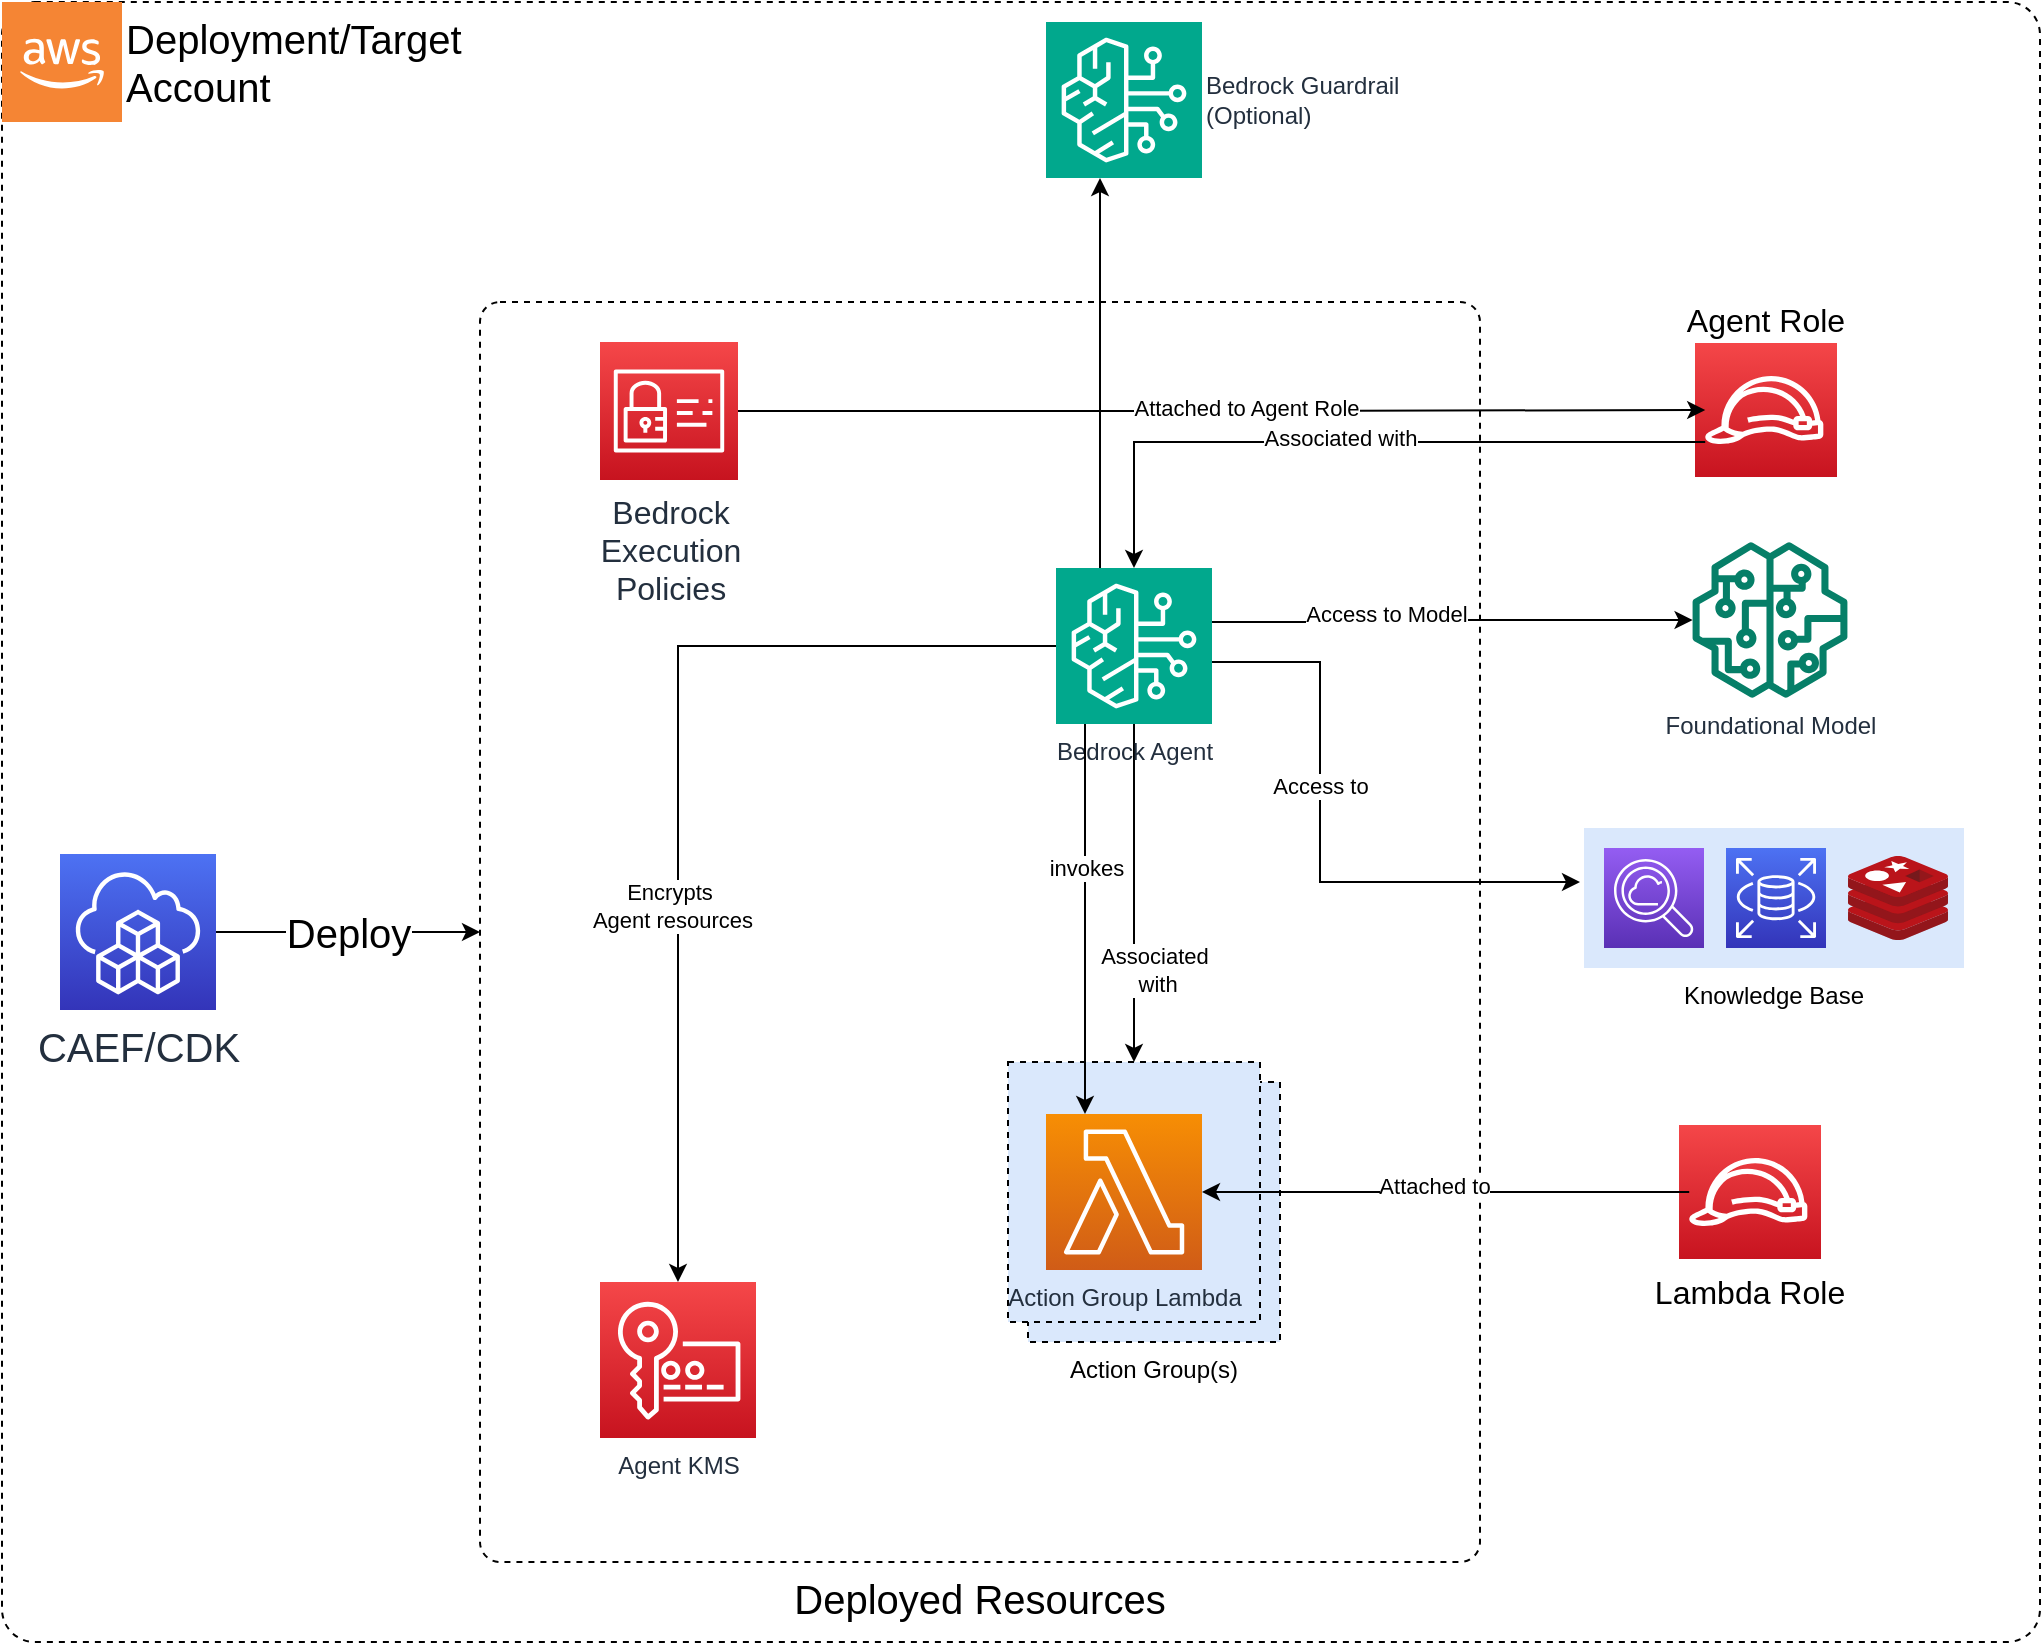
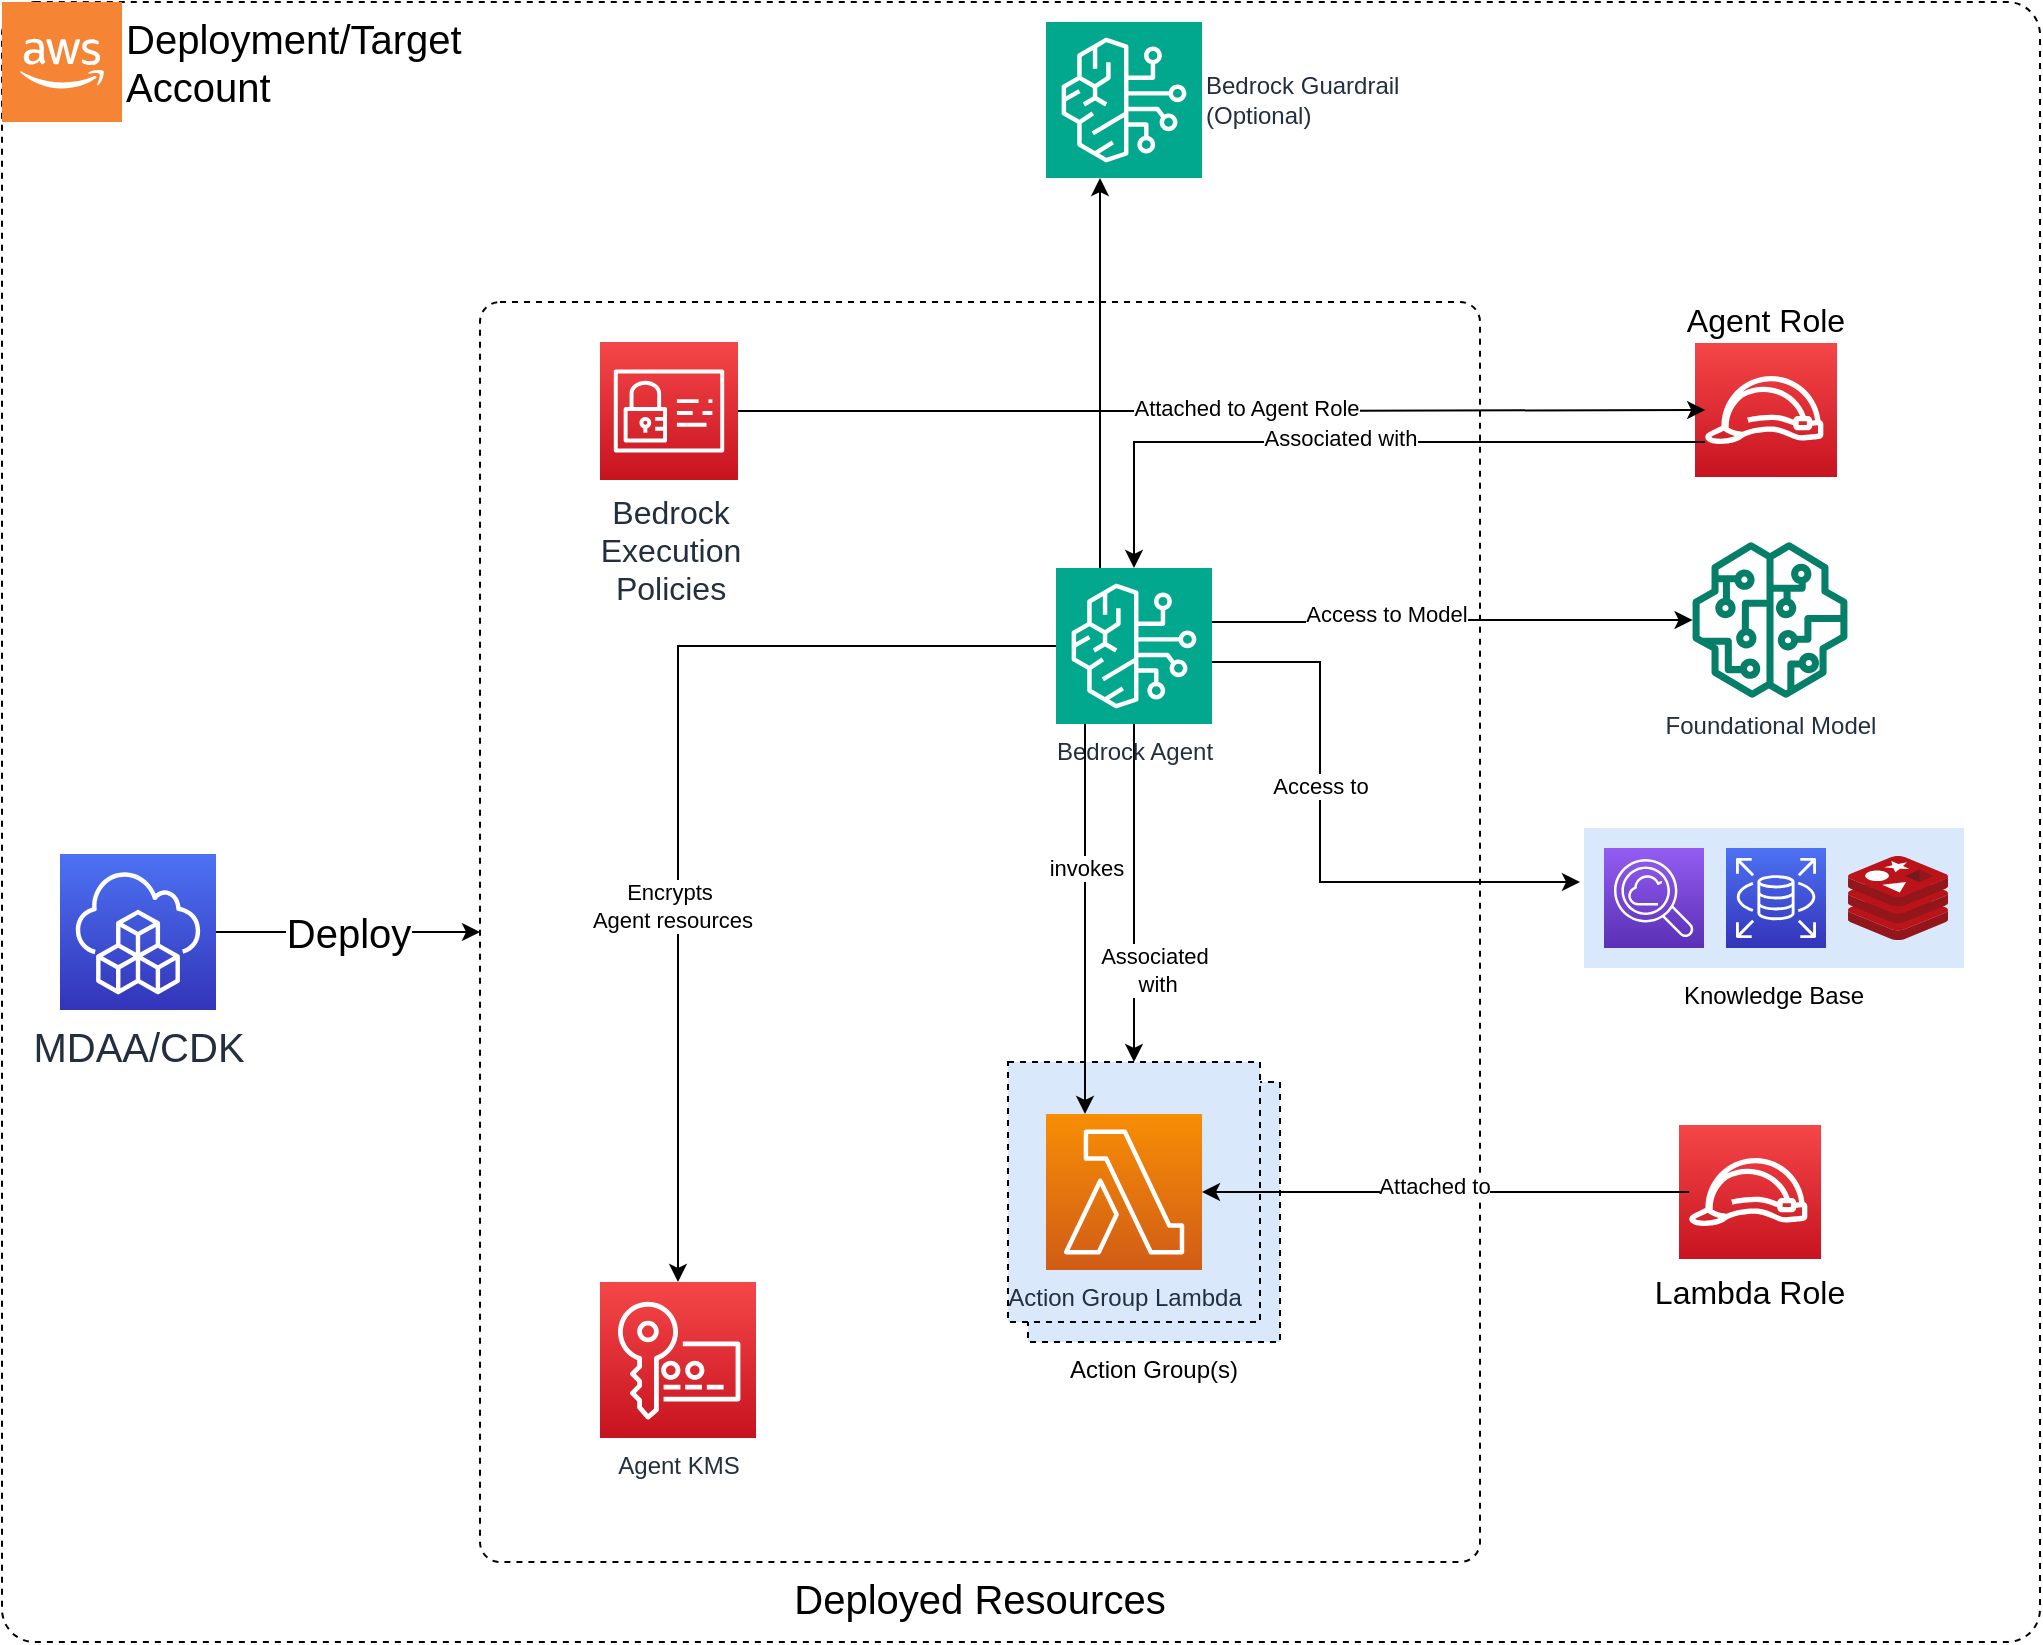
<mxfile host="Electron" agent="Mozilla/5.0 (Macintosh; Intel Mac OS X 10_15_7) AppleWebKit/537.36 (KHTML, like Gecko) draw.io/24.7.17 Chrome/128.0.6613.36 Electron/32.0.1 Safari/537.36" version="24.7.17">
  <diagram name="Page-1" id="kT5zriYBrBbNDfjqZqcr">
    <mxGraphModel dx="1818" dy="985" grid="1" gridSize="10" guides="1" tooltips="1" connect="1" arrows="1" fold="1" page="1" pageScale="1" pageWidth="1700" pageHeight="1100" math="0" shadow="0">
      <root>
        <mxCell id="0" />
        <mxCell id="1" parent="0" />
        <mxCell id="8QGq-LZGt6J-pBCtRLOs-2" value="Action Group(s)" style="rounded=0;whiteSpace=wrap;html=1;labelPosition=center;verticalLabelPosition=bottom;align=center;verticalAlign=top;fillColor=#dae8fc;strokeColor=default;dashed=1;" parent="1" vertex="1">
          <mxGeometry x="674" y="690" width="126" height="130" as="geometry" />
        </mxCell>
        <mxCell id="laksyhd5qSiKLmDgvCfG-2" value="" style="rounded=1;whiteSpace=wrap;html=1;fontSize=20;fillColor=none;arcSize=2;dashed=1;" parent="1" vertex="1">
          <mxGeometry x="161" y="150" width="1019" height="820" as="geometry" />
        </mxCell>
        <mxCell id="laksyhd5qSiKLmDgvCfG-3" value="Deployed Resources" style="rounded=1;whiteSpace=wrap;html=1;fontSize=20;fillColor=none;arcSize=2;dashed=1;labelPosition=center;verticalLabelPosition=bottom;align=center;verticalAlign=top;" parent="1" vertex="1">
          <mxGeometry x="400" y="300" width="500" height="630" as="geometry" />
        </mxCell>
        <mxCell id="laksyhd5qSiKLmDgvCfG-38" value="" style="rounded=0;whiteSpace=wrap;html=1;labelPosition=center;verticalLabelPosition=bottom;align=center;verticalAlign=top;fillColor=#dae8fc;strokeColor=default;dashed=1;" parent="1" vertex="1">
          <mxGeometry x="664" y="680" width="126" height="130" as="geometry" />
        </mxCell>
        <mxCell id="laksyhd5qSiKLmDgvCfG-4" value="Deployment/Target&lt;br style=&quot;font-size: 20px;&quot;&gt;Account" style="outlineConnect=0;dashed=0;verticalLabelPosition=middle;verticalAlign=middle;align=left;html=1;shape=mxgraph.aws3.cloud_2;fillColor=#F58534;gradientColor=none;labelPosition=right;fontSize=20;" parent="1" vertex="1">
          <mxGeometry x="161" y="150" width="60" height="60" as="geometry" />
        </mxCell>
        <mxCell id="laksyhd5qSiKLmDgvCfG-5" value="Deploy" style="edgeStyle=orthogonalEdgeStyle;rounded=0;orthogonalLoop=1;jettySize=auto;html=1;entryX=0;entryY=0.5;entryDx=0;entryDy=0;fontSize=20;" parent="1" source="laksyhd5qSiKLmDgvCfG-6" target="laksyhd5qSiKLmDgvCfG-3" edge="1">
          <mxGeometry relative="1" as="geometry" />
        </mxCell>
-         <mxCell id="laksyhd5qSiKLmDgvCfG-6" value="CAEF/CDK" style="sketch=0;points=[[0,0,0],[0.25,0,0],[0.5,0,0],[0.75,0,0],[1,0,0],[0,1,0],[0.25,1,0],[0.5,1,0],[0.75,1,0],[1,1,0],[0,0.25,0],[0,0.5,0],[0,0.75,0],[1,0.25,0],[1,0.5,0],[1,0.75,0]];outlineConnect=0;fontColor=#232F3E;gradientColor=#4D72F3;gradientDirection=north;fillColor=#3334B9;strokeColor=#ffffff;dashed=0;verticalLabelPosition=bottom;verticalAlign=top;align=center;html=1;fontSize=20;fontStyle=0;aspect=fixed;shape=mxgraph.aws4.resourceIcon;resIcon=mxgraph.aws4.cloud_development_kit;" parent="1" vertex="1">
+         <mxCell id="laksyhd5qSiKLmDgvCfG-6" value="MDAA/CDK" style="sketch=0;points=[[0,0,0],[0.25,0,0],[0.5,0,0],[0.75,0,0],[1,0,0],[0,1,0],[0.25,1,0],[0.5,1,0],[0.75,1,0],[1,1,0],[0,0.25,0],[0,0.5,0],[0,0.75,0],[1,0.25,0],[1,0.5,0],[1,0.75,0]];outlineConnect=0;fontColor=#232F3E;gradientColor=#4D72F3;gradientDirection=north;fillColor=#3334B9;strokeColor=#ffffff;dashed=0;verticalLabelPosition=bottom;verticalAlign=top;align=center;html=1;fontSize=20;fontStyle=0;aspect=fixed;shape=mxgraph.aws4.resourceIcon;resIcon=mxgraph.aws4.cloud_development_kit;" parent="1" vertex="1">
          <mxGeometry x="190" y="576" width="78" height="78" as="geometry" />
        </mxCell>
        <mxCell id="laksyhd5qSiKLmDgvCfG-7" value="Agent Role" style="group;labelPosition=center;verticalLabelPosition=top;align=center;verticalAlign=bottom;fontSize=16;" parent="1" vertex="1" connectable="0">
          <mxGeometry x="1007" y="320" width="72" height="68" as="geometry" />
        </mxCell>
        <mxCell id="laksyhd5qSiKLmDgvCfG-8" value="" style="rounded=0;whiteSpace=wrap;html=1;verticalAlign=bottom;fillColor=#C7131F;strokeColor=#ffffff;fontColor=#232F3E;sketch=0;gradientColor=#F54749;gradientDirection=north;dashed=0;fontStyle=0;labelPosition=center;verticalLabelPosition=top;align=center;" parent="laksyhd5qSiKLmDgvCfG-7" vertex="1">
          <mxGeometry width="72" height="68" as="geometry" />
        </mxCell>
        <mxCell id="laksyhd5qSiKLmDgvCfG-9" value="" style="sketch=0;outlineConnect=0;dashed=0;verticalLabelPosition=bottom;verticalAlign=top;align=center;html=1;fontSize=12;fontStyle=0;aspect=fixed;pointerEvents=1;shape=mxgraph.aws4.role;" parent="laksyhd5qSiKLmDgvCfG-7" vertex="1">
          <mxGeometry x="5" y="17" width="60.27" height="34" as="geometry" />
        </mxCell>
        <mxCell id="laksyhd5qSiKLmDgvCfG-34" style="edgeStyle=orthogonalEdgeStyle;rounded=0;orthogonalLoop=1;jettySize=auto;html=1;" parent="1" source="laksyhd5qSiKLmDgvCfG-28" target="laksyhd5qSiKLmDgvCfG-9" edge="1">
          <mxGeometry relative="1" as="geometry">
            <mxPoint x="499" y="450" as="targetPoint" />
            <Array as="points" />
          </mxGeometry>
        </mxCell>
        <mxCell id="8QGq-LZGt6J-pBCtRLOs-14" value="Attached to Agent Role" style="edgeLabel;html=1;align=center;verticalAlign=middle;resizable=0;points=[];" parent="laksyhd5qSiKLmDgvCfG-34" vertex="1" connectable="0">
          <mxGeometry x="0.0521" y="1" relative="1" as="geometry">
            <mxPoint as="offset" />
          </mxGeometry>
        </mxCell>
        <mxCell id="laksyhd5qSiKLmDgvCfG-28" value="Bedrock&lt;br&gt;Execution&lt;br&gt;Policies" style="sketch=0;points=[[0,0,0],[0.25,0,0],[0.5,0,0],[0.75,0,0],[1,0,0],[0,1,0],[0.25,1,0],[0.5,1,0],[0.75,1,0],[1,1,0],[0,0.25,0],[0,0.5,0],[0,0.75,0],[1,0.25,0],[1,0.5,0],[1,0.75,0]];outlineConnect=0;fontColor=#232F3E;gradientColor=#F54749;gradientDirection=north;fillColor=#C7131F;strokeColor=#ffffff;dashed=0;verticalLabelPosition=bottom;verticalAlign=top;align=center;html=1;fontSize=16;fontStyle=0;aspect=fixed;shape=mxgraph.aws4.resourceIcon;resIcon=mxgraph.aws4.identity_and_access_management;labelPosition=center;" parent="1" vertex="1">
          <mxGeometry x="460" y="320" width="69" height="69" as="geometry" />
        </mxCell>
        <mxCell id="laksyhd5qSiKLmDgvCfG-29" value="Foundational Model" style="sketch=0;outlineConnect=0;fontColor=#232F3E;gradientColor=none;fillColor=#067F68;strokeColor=none;dashed=0;verticalLabelPosition=bottom;verticalAlign=top;align=center;html=1;fontSize=12;fontStyle=0;aspect=fixed;pointerEvents=1;shape=mxgraph.aws4.sagemaker_model;" parent="1" vertex="1">
          <mxGeometry x="1006" y="420" width="78" height="78" as="geometry" />
        </mxCell>
        <mxCell id="laksyhd5qSiKLmDgvCfG-35" value="Action Group Lambda" style="sketch=0;points=[[0,0,0],[0.25,0,0],[0.5,0,0],[0.75,0,0],[1,0,0],[0,1,0],[0.25,1,0],[0.5,1,0],[0.75,1,0],[1,1,0],[0,0.25,0],[0,0.5,0],[0,0.75,0],[1,0.25,0],[1,0.5,0],[1,0.75,0]];outlineConnect=0;fontColor=#232F3E;gradientColor=#F78E04;gradientDirection=north;fillColor=#D05C17;strokeColor=#ffffff;dashed=0;verticalLabelPosition=bottom;verticalAlign=top;align=center;html=1;fontSize=12;fontStyle=0;aspect=fixed;shape=mxgraph.aws4.resourceIcon;resIcon=mxgraph.aws4.lambda;" parent="1" vertex="1">
          <mxGeometry x="683" y="706" width="78" height="78" as="geometry" />
        </mxCell>
        <mxCell id="laksyhd5qSiKLmDgvCfG-36" value="Agent KMS" style="sketch=0;points=[[0,0,0],[0.25,0,0],[0.5,0,0],[0.75,0,0],[1,0,0],[0,1,0],[0.25,1,0],[0.5,1,0],[0.75,1,0],[1,1,0],[0,0.25,0],[0,0.5,0],[0,0.75,0],[1,0.25,0],[1,0.5,0],[1,0.75,0]];outlineConnect=0;fontColor=#232F3E;gradientColor=#F54749;gradientDirection=north;fillColor=#C7131F;strokeColor=#ffffff;dashed=0;verticalLabelPosition=bottom;verticalAlign=top;align=center;html=1;fontSize=12;fontStyle=0;aspect=fixed;shape=mxgraph.aws4.resourceIcon;resIcon=mxgraph.aws4.key_management_service;" parent="1" vertex="1">
          <mxGeometry x="460" y="790" width="78" height="78" as="geometry" />
        </mxCell>
        <mxCell id="laksyhd5qSiKLmDgvCfG-41" value="Knowledge Base" style="rounded=0;whiteSpace=wrap;html=1;labelPosition=center;verticalLabelPosition=bottom;align=center;verticalAlign=top;fillColor=#dae8fc;strokeColor=none;" parent="1" vertex="1">
          <mxGeometry x="952" y="563" width="190" height="70" as="geometry" />
        </mxCell>
        <mxCell id="laksyhd5qSiKLmDgvCfG-44" value="" style="sketch=0;points=[[0,0,0],[0.25,0,0],[0.5,0,0],[0.75,0,0],[1,0,0],[0,1,0],[0.25,1,0],[0.5,1,0],[0.75,1,0],[1,1,0],[0,0.25,0],[0,0.5,0],[0,0.75,0],[1,0.25,0],[1,0.5,0],[1,0.75,0]];outlineConnect=0;fontColor=#232F3E;gradientColor=#945DF2;gradientDirection=north;fillColor=#5A30B5;strokeColor=#ffffff;dashed=0;verticalLabelPosition=bottom;verticalAlign=top;align=center;html=1;fontSize=12;fontStyle=0;aspect=fixed;shape=mxgraph.aws4.resourceIcon;resIcon=mxgraph.aws4.cloudsearch2;" parent="1" vertex="1">
          <mxGeometry x="962" y="573" width="50" height="50" as="geometry" />
        </mxCell>
        <mxCell id="laksyhd5qSiKLmDgvCfG-45" value="" style="sketch=0;aspect=fixed;html=1;points=[];align=center;image;fontSize=12;image=img/lib/mscae/Cache_Redis_Product.svg;" parent="1" vertex="1">
          <mxGeometry x="1084" y="577" width="50" height="42" as="geometry" />
        </mxCell>
        <mxCell id="laksyhd5qSiKLmDgvCfG-46" value="" style="sketch=0;points=[[0,0,0],[0.25,0,0],[0.5,0,0],[0.75,0,0],[1,0,0],[0,1,0],[0.25,1,0],[0.5,1,0],[0.75,1,0],[1,1,0],[0,0.25,0],[0,0.5,0],[0,0.75,0],[1,0.25,0],[1,0.5,0],[1,0.75,0]];outlineConnect=0;fontColor=#232F3E;gradientColor=#4D72F3;gradientDirection=north;fillColor=#3334B9;strokeColor=#ffffff;dashed=0;verticalLabelPosition=bottom;verticalAlign=top;align=center;html=1;fontSize=12;fontStyle=0;aspect=fixed;shape=mxgraph.aws4.resourceIcon;resIcon=mxgraph.aws4.rds;" parent="1" vertex="1">
          <mxGeometry x="1023" y="573" width="50" height="50" as="geometry" />
        </mxCell>
        <mxCell id="laksyhd5qSiKLmDgvCfG-47" value="Lambda Role" style="group;labelPosition=center;verticalLabelPosition=bottom;align=center;verticalAlign=top;fontSize=16;" parent="1" vertex="1" connectable="0">
          <mxGeometry x="999" y="711" width="72" height="68" as="geometry" />
        </mxCell>
        <mxCell id="laksyhd5qSiKLmDgvCfG-48" value="" style="rounded=0;whiteSpace=wrap;html=1;verticalAlign=bottom;fillColor=#C7131F;strokeColor=#ffffff;fontColor=#232F3E;sketch=0;gradientColor=#F54749;gradientDirection=north;dashed=0;fontStyle=0;labelPosition=center;verticalLabelPosition=top;align=center;" parent="laksyhd5qSiKLmDgvCfG-47" vertex="1">
          <mxGeometry width="72" height="68" as="geometry" />
        </mxCell>
        <mxCell id="laksyhd5qSiKLmDgvCfG-49" value="" style="sketch=0;outlineConnect=0;dashed=0;verticalLabelPosition=bottom;verticalAlign=top;align=center;html=1;fontSize=12;fontStyle=0;aspect=fixed;pointerEvents=1;shape=mxgraph.aws4.role;" parent="laksyhd5qSiKLmDgvCfG-47" vertex="1">
          <mxGeometry x="5" y="17" width="60.27" height="34" as="geometry" />
        </mxCell>
        <mxCell id="8QGq-LZGt6J-pBCtRLOs-3" style="edgeStyle=orthogonalEdgeStyle;rounded=0;orthogonalLoop=1;jettySize=auto;html=1;" parent="1" source="8QGq-LZGt6J-pBCtRLOs-1" target="laksyhd5qSiKLmDgvCfG-38" edge="1">
          <mxGeometry relative="1" as="geometry" />
        </mxCell>
        <mxCell id="8QGq-LZGt6J-pBCtRLOs-4" value="Associated&lt;div&gt;&amp;nbsp;with&lt;/div&gt;" style="edgeLabel;html=1;align=center;verticalAlign=middle;resizable=0;points=[];" parent="8QGq-LZGt6J-pBCtRLOs-3" vertex="1" connectable="0">
          <mxGeometry x="0.4132" relative="1" as="geometry">
            <mxPoint x="10" y="3" as="offset" />
          </mxGeometry>
        </mxCell>
        <mxCell id="8QGq-LZGt6J-pBCtRLOs-5" style="edgeStyle=orthogonalEdgeStyle;rounded=0;orthogonalLoop=1;jettySize=auto;html=1;" parent="1" source="8QGq-LZGt6J-pBCtRLOs-1" edge="1">
          <mxGeometry relative="1" as="geometry">
            <mxPoint x="950" y="590" as="targetPoint" />
            <Array as="points">
              <mxPoint x="820" y="480" />
              <mxPoint x="820" y="590" />
            </Array>
          </mxGeometry>
        </mxCell>
        <mxCell id="8QGq-LZGt6J-pBCtRLOs-6" value="Access to" style="edgeLabel;html=1;align=center;verticalAlign=middle;resizable=0;points=[];" parent="8QGq-LZGt6J-pBCtRLOs-5" vertex="1" connectable="0">
          <mxGeometry x="-0.2158" relative="1" as="geometry">
            <mxPoint as="offset" />
          </mxGeometry>
        </mxCell>
        <mxCell id="8QGq-LZGt6J-pBCtRLOs-9" style="edgeStyle=orthogonalEdgeStyle;rounded=0;orthogonalLoop=1;jettySize=auto;html=1;" parent="1" source="8QGq-LZGt6J-pBCtRLOs-1" target="laksyhd5qSiKLmDgvCfG-29" edge="1">
          <mxGeometry relative="1" as="geometry">
            <Array as="points">
              <mxPoint x="886" y="460" />
              <mxPoint x="886" y="459" />
            </Array>
          </mxGeometry>
        </mxCell>
        <mxCell id="8QGq-LZGt6J-pBCtRLOs-10" value="Access to Model" style="edgeLabel;html=1;align=center;verticalAlign=middle;resizable=0;points=[];" parent="8QGq-LZGt6J-pBCtRLOs-9" vertex="1" connectable="0">
          <mxGeometry x="-0.2815" y="4" relative="1" as="geometry">
            <mxPoint as="offset" />
          </mxGeometry>
        </mxCell>
        <mxCell id="8QGq-LZGt6J-pBCtRLOs-16" style="edgeStyle=orthogonalEdgeStyle;rounded=0;orthogonalLoop=1;jettySize=auto;html=1;" parent="1" source="8QGq-LZGt6J-pBCtRLOs-1" target="laksyhd5qSiKLmDgvCfG-36" edge="1">
          <mxGeometry relative="1" as="geometry" />
        </mxCell>
        <mxCell id="8QGq-LZGt6J-pBCtRLOs-17" value="Encrypts&amp;nbsp;&lt;div&gt;Agent resources&lt;/div&gt;" style="edgeLabel;html=1;align=center;verticalAlign=middle;resizable=0;points=[];" parent="8QGq-LZGt6J-pBCtRLOs-16" vertex="1" connectable="0">
          <mxGeometry x="0.2584" y="-3" relative="1" as="geometry">
            <mxPoint as="offset" />
          </mxGeometry>
        </mxCell>
        <mxCell id="8QGq-LZGt6J-pBCtRLOs-19" style="edgeStyle=orthogonalEdgeStyle;rounded=0;orthogonalLoop=1;jettySize=auto;html=1;" parent="1" source="8QGq-LZGt6J-pBCtRLOs-1" target="8QGq-LZGt6J-pBCtRLOs-18" edge="1">
          <mxGeometry relative="1" as="geometry">
            <Array as="points">
              <mxPoint x="710" y="280" />
              <mxPoint x="710" y="280" />
            </Array>
          </mxGeometry>
        </mxCell>
        <mxCell id="8QGq-LZGt6J-pBCtRLOs-1" value="Bedrock Agent" style="sketch=0;points=[[0,0,0],[0.25,0,0],[0.5,0,0],[0.75,0,0],[1,0,0],[0,1,0],[0.25,1,0],[0.5,1,0],[0.75,1,0],[1,1,0],[0,0.25,0],[0,0.5,0],[0,0.75,0],[1,0.25,0],[1,0.5,0],[1,0.75,0]];outlineConnect=0;fontColor=#232F3E;fillColor=#01A88D;strokeColor=#ffffff;dashed=0;verticalLabelPosition=bottom;verticalAlign=top;align=center;html=1;fontSize=12;fontStyle=0;aspect=fixed;shape=mxgraph.aws4.resourceIcon;resIcon=mxgraph.aws4.bedrock;" parent="1" vertex="1">
          <mxGeometry x="688" y="433" width="78" height="78" as="geometry" />
        </mxCell>
        <mxCell id="8QGq-LZGt6J-pBCtRLOs-7" style="edgeStyle=orthogonalEdgeStyle;rounded=0;orthogonalLoop=1;jettySize=auto;html=1;entryX=1;entryY=0.5;entryDx=0;entryDy=0;entryPerimeter=0;" parent="1" source="laksyhd5qSiKLmDgvCfG-49" target="laksyhd5qSiKLmDgvCfG-35" edge="1">
          <mxGeometry relative="1" as="geometry" />
        </mxCell>
        <mxCell id="8QGq-LZGt6J-pBCtRLOs-11" value="Attached to" style="edgeLabel;html=1;align=center;verticalAlign=middle;resizable=0;points=[];" parent="8QGq-LZGt6J-pBCtRLOs-7" vertex="1" connectable="0">
          <mxGeometry x="0.0476" y="-3" relative="1" as="geometry">
            <mxPoint as="offset" />
          </mxGeometry>
        </mxCell>
        <mxCell id="8QGq-LZGt6J-pBCtRLOs-12" style="edgeStyle=orthogonalEdgeStyle;rounded=0;orthogonalLoop=1;jettySize=auto;html=1;" parent="1" source="laksyhd5qSiKLmDgvCfG-9" target="8QGq-LZGt6J-pBCtRLOs-1" edge="1">
          <mxGeometry relative="1" as="geometry">
            <Array as="points">
              <mxPoint x="727" y="370" />
            </Array>
          </mxGeometry>
        </mxCell>
        <mxCell id="8QGq-LZGt6J-pBCtRLOs-13" value="Associated with" style="edgeLabel;html=1;align=center;verticalAlign=middle;resizable=0;points=[];" parent="8QGq-LZGt6J-pBCtRLOs-12" vertex="1" connectable="0">
          <mxGeometry x="0.0487" y="-2" relative="1" as="geometry">
            <mxPoint as="offset" />
          </mxGeometry>
        </mxCell>
        <mxCell id="8QGq-LZGt6J-pBCtRLOs-18" value="Bedrock Guardrail&lt;div&gt;(Optional)&lt;/div&gt;" style="sketch=0;points=[[0,0,0],[0.25,0,0],[0.5,0,0],[0.75,0,0],[1,0,0],[0,1,0],[0.25,1,0],[0.5,1,0],[0.75,1,0],[1,1,0],[0,0.25,0],[0,0.5,0],[0,0.75,0],[1,0.25,0],[1,0.5,0],[1,0.75,0]];outlineConnect=0;fontColor=#232F3E;fillColor=#01A88D;strokeColor=#ffffff;dashed=0;verticalLabelPosition=middle;verticalAlign=middle;align=left;html=1;fontSize=12;fontStyle=0;aspect=fixed;shape=mxgraph.aws4.resourceIcon;resIcon=mxgraph.aws4.bedrock;labelPosition=right;" parent="1" vertex="1">
          <mxGeometry x="683" y="160" width="78" height="78" as="geometry" />
        </mxCell>
        <mxCell id="_stDS9xgaK2qDl4jPn18-2" style="edgeStyle=orthogonalEdgeStyle;rounded=0;orthogonalLoop=1;jettySize=auto;html=1;entryX=0.25;entryY=0;entryDx=0;entryDy=0;entryPerimeter=0;" edge="1" parent="1" source="8QGq-LZGt6J-pBCtRLOs-1" target="laksyhd5qSiKLmDgvCfG-35">
          <mxGeometry relative="1" as="geometry">
            <Array as="points">
              <mxPoint x="703" y="609" />
            </Array>
          </mxGeometry>
        </mxCell>
        <mxCell id="_stDS9xgaK2qDl4jPn18-3" value="invokes" style="edgeLabel;html=1;align=center;verticalAlign=middle;resizable=0;points=[];" vertex="1" connectable="0" parent="_stDS9xgaK2qDl4jPn18-2">
          <mxGeometry x="-0.2615" relative="1" as="geometry">
            <mxPoint as="offset" />
          </mxGeometry>
        </mxCell>
      </root>
    </mxGraphModel>
  </diagram>
</mxfile>
